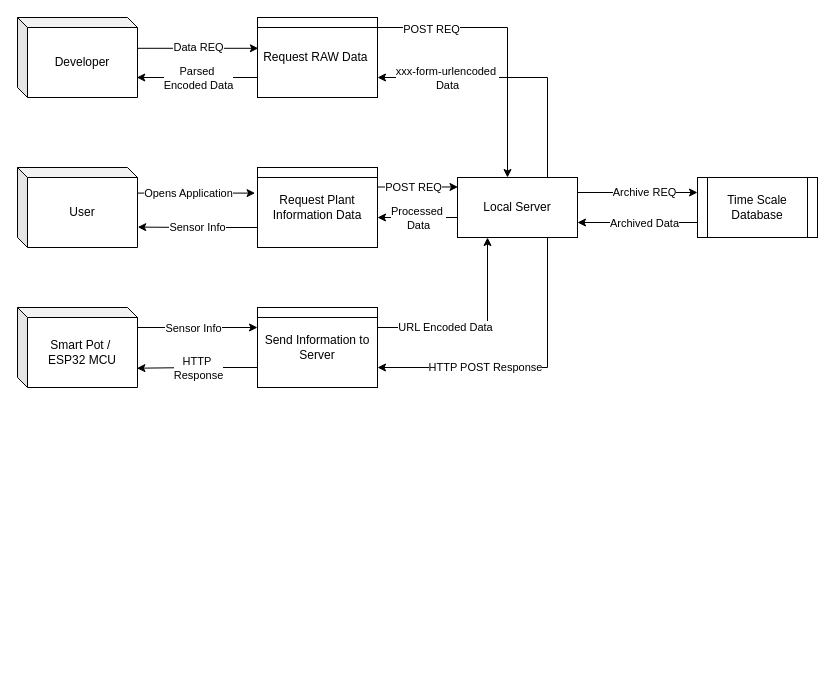
Above: Untitled Diagram.drawio in DhominickJ/aquaterra (draw.io), before the change. Source tidied: cells renumbered, new cells numbered last; positions are measured from the earlier drawing's top-left corner, leaving out a move shared by most shapes. Both pictures are drawn from the tidied source at 100%, with x=0, y=0 at pixel (17, 17).
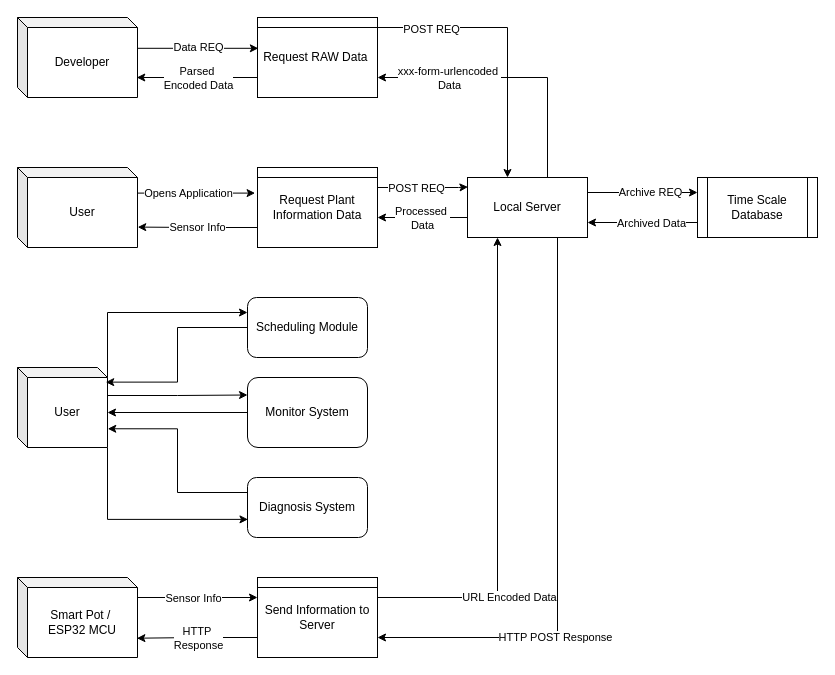
The same diagram, later.

Diff of the diagram source:
```diff
@@
     <mxCell id="10" value="Smart Pot /&amp;nbsp;&lt;div&gt;ESP32 MCU&lt;/div&gt;" style="shape=cube;whiteSpace=wrap;html=1;boundedLbl=1;backgroundOutline=1;darkOpacity=0.05;darkOpacity2=0.1;size=10;" parent="1" vertex="1">
-      <mxGeometry y="290" width="120" height="80" as="geometry" />
+      <mxGeometry y="560" width="120" height="80" as="geometry" />
     </mxCell>
@@
     <mxCell id="13" value="Send Information to Server" style="shape=internalStorage;whiteSpace=wrap;html=1;backgroundOutline=1;dx=0;dy=10;" parent="1" vertex="1">
-      <mxGeometry x="240" y="290" width="120" height="80" as="geometry" />
+      <mxGeometry x="240" y="560" width="120" height="80" as="geometry" />
     </mxCell>
     <mxCell id="14" style="endArrow=classic;html=1;rounded=0;entryX=0;entryY=0.25;entryDx=0;entryDy=0;" parent="1" edge="1" target="13">
       <mxGeometry relative="1" as="geometry">
-        <mxPoint x="120" y="310" as="sourcePoint" />
+        <mxPoint x="120" y="580" as="sourcePoint" />
       </mxGeometry>
     </mxCell>
@@
     <mxCell id="24" value="Local Server" style="shape=process;whiteSpace=wrap;html=1;backgroundOutline=1;size=0;" parent="1" vertex="1">
-      <mxGeometry x="440" y="160" width="120" height="60" as="geometry" />
+      <mxGeometry x="450" y="160" width="120" height="60" as="geometry" />
     </mxCell>
@@
+    <mxCell id="38" style="edgeStyle=orthogonalEdgeStyle;rounded=0;jettySize=auto;html=1;exitX=0;exitY=0;exitDx=90;exitDy=10;exitPerimeter=0;entryX=0;entryY=0.25;entryDx=0;entryDy=0;" parent="1" edge="1" source="41" target="42">
+      <mxGeometry relative="1" as="geometry">
+        <Array as="points">
+          <mxPoint x="90" y="295" />
+        </Array>
+      </mxGeometry>
+    </mxCell>
+    <mxCell id="39" style="edgeStyle=orthogonalEdgeStyle;rounded=0;jettySize=auto;html=1;exitX=0;exitY=0;exitDx=90;exitDy=45;exitPerimeter=0;entryX=0;entryY=0.25;entryDx=0;entryDy=0;" parent="1" edge="1" source="41" target="43">
+      <mxGeometry relative="1" as="geometry">
+        <Array as="points">
+          <mxPoint x="90" y="378" />
+          <mxPoint x="160" y="378" />
+        </Array>
+      </mxGeometry>
+    </mxCell>
+    <mxCell id="40" style="edgeStyle=orthogonalEdgeStyle;rounded=0;jettySize=auto;html=1;exitX=1;exitY=1;exitDx=0;exitDy=0;exitPerimeter=0;entryX=0.004;entryY=0.698;entryDx=0;entryDy=0;entryPerimeter=0;" parent="1" edge="1" source="41" target="44">
+      <mxGeometry relative="1" as="geometry">
+        <Array as="points">
+          <mxPoint x="90" y="502" />
+        </Array>
+      </mxGeometry>
+    </mxCell>
+    <mxCell id="41" value="User" style="shape=cube;whiteSpace=wrap;html=1;boundedLbl=1;backgroundOutline=1;darkOpacity=0.05;darkOpacity2=0.1;size=10;" parent="1" vertex="1">
+      <mxGeometry y="350" width="90" height="80" as="geometry" />
+    </mxCell>
+    <mxCell id="42" value="Scheduling Module" style="rounded=1;whiteSpace=wrap;html=1;" parent="1" vertex="1">
+      <mxGeometry x="230" y="280" width="120" height="60" as="geometry" />
+    </mxCell>
+    <mxCell id="43" value="Monitor System" style="rounded=1;whiteSpace=wrap;html=1;" parent="1" vertex="1">
+      <mxGeometry x="230" y="360" width="120" height="70" as="geometry" />
+    </mxCell>
+    <mxCell id="44" value="Diagnosis System" style="rounded=1;whiteSpace=wrap;html=1;" parent="1" vertex="1">
+      <mxGeometry x="230" y="460" width="120" height="60" as="geometry" />
+    </mxCell>
+    <mxCell id="45" style="edgeStyle=orthogonalEdgeStyle;rounded=0;jettySize=auto;html=1;exitX=0;exitY=0.5;exitDx=0;exitDy=0;entryX=0.98;entryY=0.183;entryDx=0;entryDy=0;entryPerimeter=0;" parent="1" edge="1" source="42" target="41">
+      <mxGeometry relative="1" as="geometry">
+        <Array as="points">
+          <mxPoint x="160" y="310" />
+          <mxPoint x="160" y="365" />
+          <mxPoint x="88" y="365" />
+        </Array>
+      </mxGeometry>
+    </mxCell>
+    <mxCell id="46" style="edgeStyle=orthogonalEdgeStyle;rounded=0;jettySize=auto;html=1;exitX=0;exitY=0.5;exitDx=0;exitDy=0;entryX=0;entryY=0;entryDx=90;entryDy=45;entryPerimeter=0;" parent="1" edge="1" source="43" target="41">
+      <mxGeometry relative="1" as="geometry" />
+    </mxCell>
+    <mxCell id="47" style="edgeStyle=orthogonalEdgeStyle;rounded=0;jettySize=auto;html=1;exitX=0;exitY=0.25;exitDx=0;exitDy=0;entryX=1.003;entryY=0.766;entryDx=0;entryDy=0;entryPerimeter=0;" parent="1" edge="1" source="44" target="41">
+      <mxGeometry relative="1" as="geometry" />
+    </mxCell>
```
